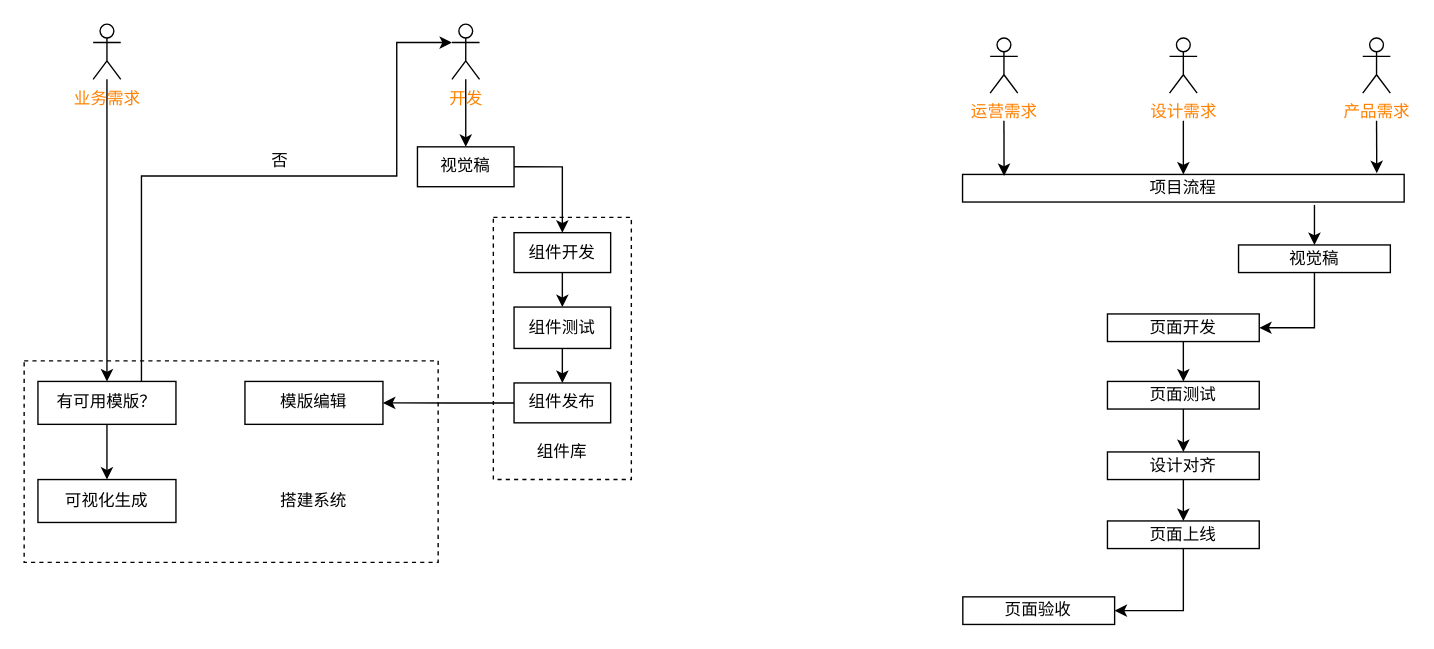
Above: page "Page-3" (3 of 7) of Untitled Diagram.drawio in zyx1992/hexoDocs (draw.io), before the change. Source tidied: cells renumbered, new cells numbered last; positions are measured from the earlier drawing's top-left corner, leaving out a move shared by most shapes. Both pictures are drawn from the tidied source at 138%, with x=0, y=0 at pixel (23, 23).
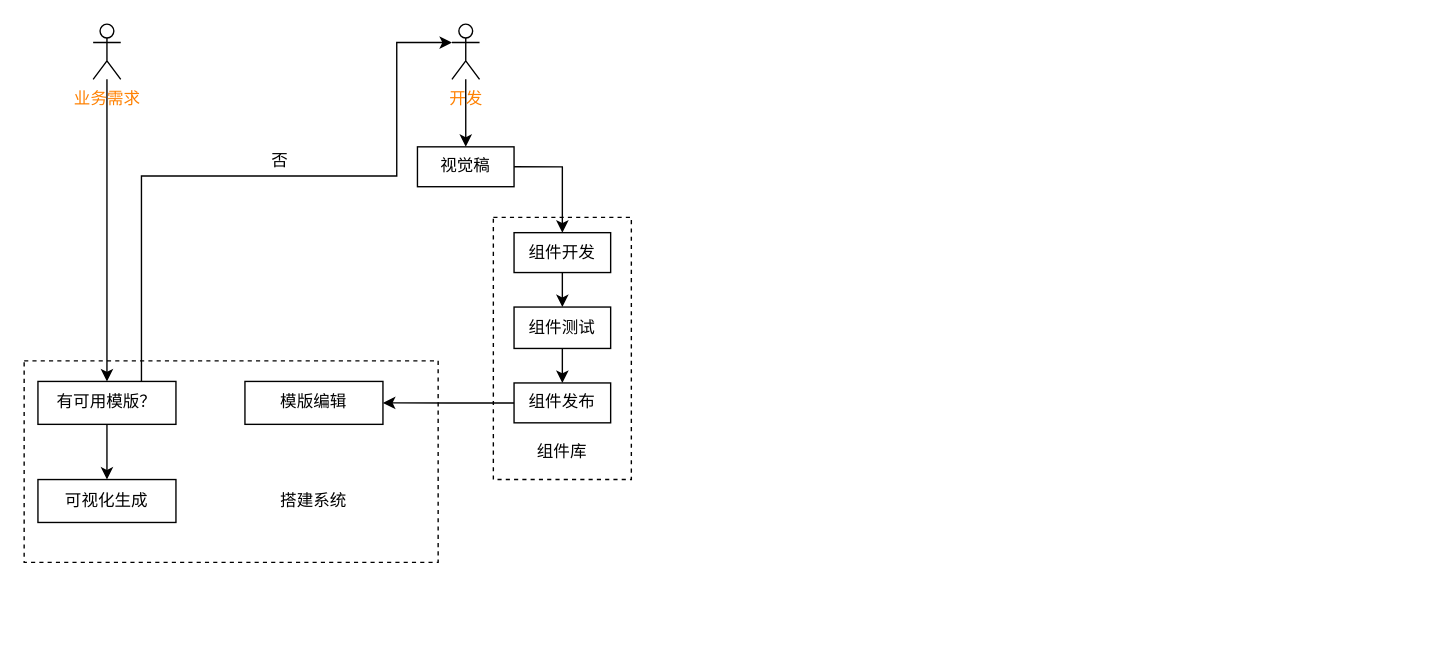
Above is the later version.

Diff of the diagram source:
```diff
@@
-    <mxCell id="4" value="&lt;font color=&quot;#ff8000&quot;&gt;运营需求&lt;/font&gt;" style="shape=umlActor;verticalLabelPosition=bottom;verticalAlign=top;html=1;" parent="1" vertex="1">
-      <mxGeometry x="700" y="10" width="20" height="40" as="geometry" />
-    </mxCell>
-    <mxCell id="5" value="&lt;font color=&quot;#ff8000&quot;&gt;产品需求&lt;/font&gt;" style="shape=umlActor;verticalLabelPosition=bottom;verticalAlign=top;html=1;" parent="1" vertex="1">
-      <mxGeometry x="970" y="10" width="20" height="40" as="geometry" />
-    </mxCell>
-    <mxCell id="6" value="&lt;font color=&quot;#ff8000&quot;&gt;设计需求&lt;/font&gt;" style="shape=umlActor;verticalLabelPosition=bottom;verticalAlign=top;html=1;" parent="1" vertex="1">
-      <mxGeometry x="830" y="10" width="20" height="40" as="geometry" />
-    </mxCell>
-    <mxCell id="7" value="项目流程" style="rounded=0;whiteSpace=wrap;html=1;" parent="1" vertex="1">
-      <mxGeometry x="680" y="108.9" width="320" height="20" as="geometry" />
-    </mxCell>
-    <mxCell id="8" style="edgeStyle=orthogonalEdgeStyle;rounded=0;jettySize=auto;html=1;entryX=1;entryY=0.5;entryDx=0;entryDy=0;" parent="1" edge="1" source="9" target="11">
-      <mxGeometry relative="1" as="geometry" />
-    </mxCell>
-    <mxCell id="9" value="视觉稿" style="rounded=0;whiteSpace=wrap;html=1;" parent="1" vertex="1">
-      <mxGeometry x="880" y="160" width="110" height="20" as="geometry" />
-    </mxCell>
-    <mxCell id="10" style="edgeStyle=orthogonalEdgeStyle;rounded=0;jettySize=auto;html=1;entryX=0.5;entryY=0;entryDx=0;entryDy=0;" parent="1" edge="1" source="11" target="13">
-      <mxGeometry relative="1" as="geometry" />
-    </mxCell>
-    <mxCell id="11" value="页面开发" style="rounded=0;whiteSpace=wrap;html=1;" parent="1" vertex="1">
-      <mxGeometry x="785" y="210" width="110" height="20" as="geometry" />
-    </mxCell>
-    <mxCell id="12" style="edgeStyle=orthogonalEdgeStyle;rounded=0;jettySize=auto;html=1;entryX=0.5;entryY=0;entryDx=0;entryDy=0;" parent="1" edge="1" source="13" target="15">
-      <mxGeometry relative="1" as="geometry" />
-    </mxCell>
-    <mxCell id="13" value="页面测试" style="rounded=0;whiteSpace=wrap;html=1;" parent="1" vertex="1">
-      <mxGeometry x="785" y="258.9" width="110" height="20" as="geometry" />
-    </mxCell>
-    <mxCell id="14" style="edgeStyle=orthogonalEdgeStyle;rounded=0;jettySize=auto;html=1;entryX=0.5;entryY=0;entryDx=0;entryDy=0;" parent="1" edge="1" source="15" target="17">
-      <mxGeometry relative="1" as="geometry" />
-    </mxCell>
-    <mxCell id="15" value="设计对齐" style="rounded=0;whiteSpace=wrap;html=1;" parent="1" vertex="1">
-      <mxGeometry x="785" y="310" width="110" height="20" as="geometry" />
-    </mxCell>
-    <mxCell id="16" style="edgeStyle=orthogonalEdgeStyle;rounded=0;jettySize=auto;html=1;entryX=1;entryY=0.5;entryDx=0;entryDy=0;" parent="1" edge="1" source="17" target="18">
-      <mxGeometry relative="1" as="geometry" />
-    </mxCell>
-    <mxCell id="17" value="页面上线" style="rounded=0;whiteSpace=wrap;html=1;" parent="1" vertex="1">
-      <mxGeometry x="785" y="360" width="110" height="20" as="geometry" />
-    </mxCell>
-    <mxCell id="18" value="页面验收" style="rounded=0;whiteSpace=wrap;html=1;" parent="1" vertex="1">
-      <mxGeometry x="680.2" y="415" width="110" height="20" as="geometry" />
-    </mxCell>
-    <mxCell id="19" style="endArrow=classic;html=1;entryX=0.094;entryY=0.053;entryDx=0;entryDy=0;entryPerimeter=0;" parent="1" edge="1" target="7">
-      <mxGeometry relative="1" as="geometry">
-        <mxPoint x="710" y="70" as="sourcePoint" />
-      </mxGeometry>
-    </mxCell>
-    <mxCell id="20" style="endArrow=classic;html=1;entryX=0.5;entryY=0;entryDx=0;entryDy=0;" parent="1" edge="1" target="7">
-      <mxGeometry relative="1" as="geometry">
-        <mxPoint x="840" y="70" as="sourcePoint" />
-      </mxGeometry>
-    </mxCell>
-    <mxCell id="21" style="endArrow=classic;html=1;entryX=0.938;entryY=-0.047;entryDx=0;entryDy=0;entryPerimeter=0;" parent="1" edge="1" target="7">
-      <mxGeometry relative="1" as="geometry">
-        <mxPoint x="980" y="70" as="sourcePoint" />
-      </mxGeometry>
-    </mxCell>
-    <mxCell id="22" style="endArrow=classic;html=1;entryX=0.5;entryY=0;entryDx=0;entryDy=0;" parent="1" edge="1" target="9">
-      <mxGeometry relative="1" as="geometry">
-        <mxPoint x="935" y="131" as="sourcePoint" />
-      </mxGeometry>
-    </mxCell>
```
